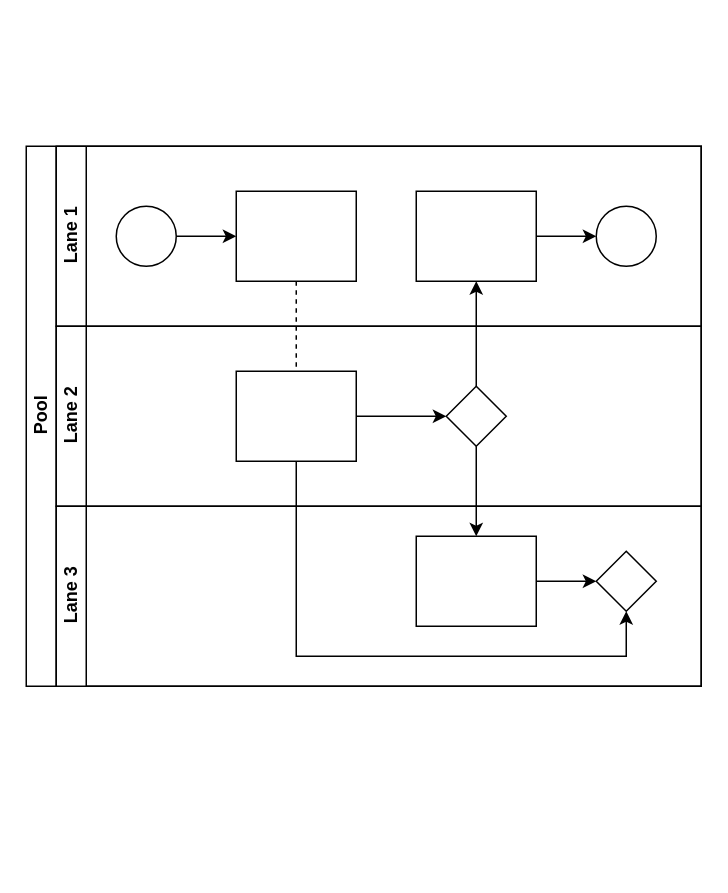
The draw.io diagram src/P2P.drawio in marlonmilesmg/maven-marlon, before the edit. Source tidied: cells renumbered, new cells numbered last; positions are measured from the earlier drawing's top-left corner, leaving out a move shared by most shapes. Both pictures are drawn from the tidied source at 150%, with x=0, y=0 at pixel (26, 146).
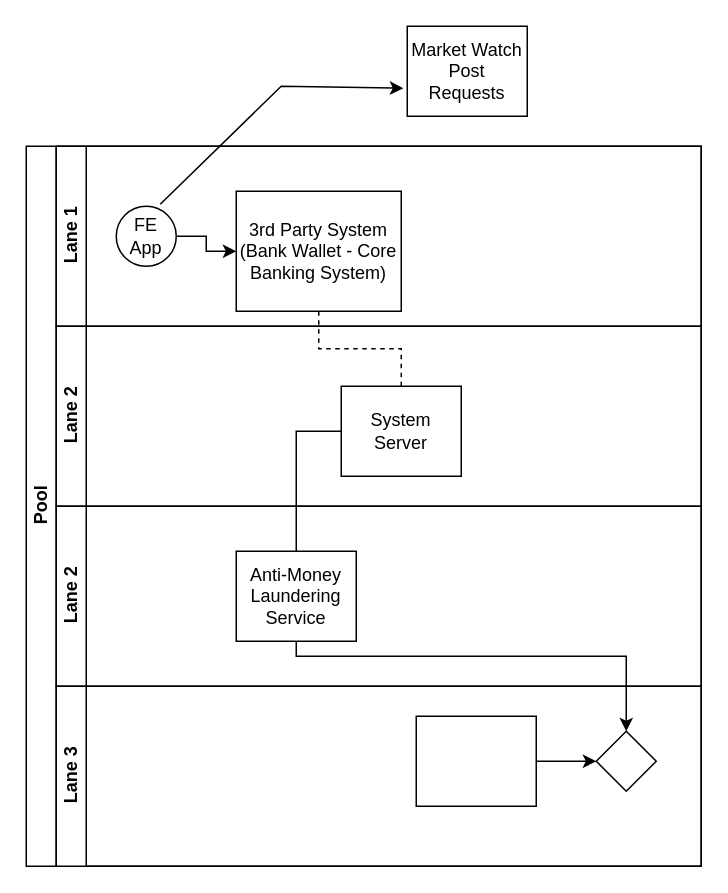
Above is the later version.

The change refers to these unchanged cells:
```xml
<mxCell id="7" value="Lane 1" style="swimlane;html=1;startSize=20;horizontal=0;" parent="2" vertex="1">
  <mxGeometry x="20" width="430" height="120" as="geometry" />
</mxCell>
<mxCell id="14" value="Lane 2" style="swimlane;html=1;startSize=20;horizontal=0;" parent="2" vertex="1">
  <mxGeometry x="20" y="120" width="430" height="120" as="geometry" />
</mxCell>
<mxCell id="20" style="rounded=0;whiteSpace=wrap;html=1;fontFamily=Helvetica;fontSize=12;fontColor=#000000;align=center;" parent="18" vertex="1">
  <mxGeometry x="240" y="20" width="80" height="60" as="geometry" />
</mxCell>
```

Diff of the diagram source:
```diff
@@
     <mxCell id="2" value="Pool" style="swimlane;html=1;horizontal=0;startSize=20;" parent="1" vertex="1">
-      <mxGeometry width="450" height="360" as="geometry" />
+      <mxGeometry width="450" height="480" as="geometry" />
     </mxCell>
@@
-    <mxCell id="4" style="edgeStyle=orthogonalEdgeStyle;rounded=0;jettySize=auto;html=1;endArrow=classic;endFill=1;" parent="2" edge="1" source="17" target="12">
-      <mxGeometry relative="1" as="geometry" />
-    </mxCell>
-    <mxCell id="5" style="edgeStyle=orthogonalEdgeStyle;rounded=0;jettySize=auto;html=1;endArrow=classic;endFill=1;" parent="2" edge="1" source="17" target="20">
-      <mxGeometry relative="1" as="geometry" />
-    </mxCell>
@@
-    <mxCell id="9" style="ellipse;whiteSpace=wrap;html=1;" parent="7" vertex="1">
+    <mxCell id="9" value="FE&lt;br&gt;App" style="ellipse;whiteSpace=wrap;html=1;" parent="7" vertex="1">
       <mxGeometry x="40" y="40" width="40" height="40" as="geometry" />
     </mxCell>
-    <mxCell id="10" style="rounded=0;whiteSpace=wrap;html=1;fontFamily=Helvetica;fontSize=12;fontColor=#000000;align=center;" parent="7" vertex="1">
-      <mxGeometry x="120" y="30" width="80" height="60" as="geometry" />
+    <mxCell id="10" value="3rd Party System (Bank Wallet - Core Banking System)" style="rounded=0;whiteSpace=wrap;html=1;fontFamily=Helvetica;fontSize=12;fontColor=#000000;align=center;" parent="7" vertex="1">
+      <mxGeometry x="120" y="30" width="110" height="80" as="geometry" />
     </mxCell>
-    <mxCell id="11" style="edgeStyle=orthogonalEdgeStyle;rounded=0;jettySize=auto;html=1;endArrow=classic;endFill=1;" parent="7" edge="1" source="12" target="13">
-      <mxGeometry relative="1" as="geometry" />
-    </mxCell>
-    <mxCell id="12" style="rounded=0;whiteSpace=wrap;html=1;fontFamily=Helvetica;fontSize=12;fontColor=#000000;align=center;" parent="7" vertex="1">
-      <mxGeometry x="240" y="30" width="80" height="60" as="geometry" />
-    </mxCell>
-    <mxCell id="13" style="ellipse;whiteSpace=wrap;html=1;" parent="7" vertex="1">
-      <mxGeometry x="360" y="40" width="40" height="40" as="geometry" />
-    </mxCell>
@@
-    <mxCell id="15" style="edgeStyle=orthogonalEdgeStyle;rounded=0;jettySize=auto;html=1;endArrow=classic;endFill=1;" parent="14" edge="1" source="16" target="17">
-      <mxGeometry relative="1" as="geometry" />
-    </mxCell>
-    <mxCell id="16" style="rounded=0;whiteSpace=wrap;html=1;fontFamily=Helvetica;fontSize=12;fontColor=#000000;align=center;" parent="14" vertex="1">
-      <mxGeometry x="120" y="30" width="80" height="60" as="geometry" />
+    <mxCell id="16" value="System Server" style="rounded=0;whiteSpace=wrap;html=1;fontFamily=Helvetica;fontSize=12;fontColor=#000000;align=center;" parent="14" vertex="1">
+      <mxGeometry x="190" y="40" width="80" height="60" as="geometry" />
     </mxCell>
-    <mxCell id="17" style="rhombus;whiteSpace=wrap;html=1;fontFamily=Helvetica;fontSize=12;fontColor=#000000;align=center;" parent="14" vertex="1">
-      <mxGeometry x="260" y="40" width="40" height="40" as="geometry" />
-    </mxCell>
+    <mxCell id="22" value="Lane 2" style="swimlane;html=1;startSize=20;horizontal=0;" parent="2" vertex="1">
+      <mxGeometry x="20" y="240" width="430" height="120" as="geometry" />
+    </mxCell>
+    <mxCell id="23" value="Anti-Money Laundering Service" style="rounded=0;whiteSpace=wrap;html=1;fontFamily=Helvetica;fontSize=12;fontColor=#000000;align=center;" parent="22" vertex="1">
+      <mxGeometry x="120" y="30" width="80" height="60" as="geometry" />
+    </mxCell>
     <mxCell id="18" value="Lane 3" style="swimlane;html=1;startSize=20;horizontal=0;" parent="2" vertex="1">
-      <mxGeometry x="20" y="240" width="430" height="120" as="geometry" />
+      <mxGeometry x="20" y="360" width="430" height="120" as="geometry" />
     </mxCell>
@@
+    <mxCell id="12" value="Market Watch&lt;br&gt;Post Requests" style="rounded=0;whiteSpace=wrap;html=1;fontFamily=Helvetica;fontSize=12;fontColor=#000000;align=center;" parent="1" vertex="1">
+      <mxGeometry x="254" y="-80" width="80" height="60" as="geometry" />
+    </mxCell>
+    <mxCell id="24" style="endArrow=classic;html=1;rounded=0;exitX=0.733;exitY=-0.033;exitDx=0;exitDy=0;exitPerimeter=0;entryX=-0.033;entryY=0.689;entryDx=0;entryDy=0;entryPerimeter=0;" parent="1" edge="1" source="9" target="12">
+      <mxGeometry relative="1" as="geometry">
+        <Array as="points">
+          <mxPoint x="170" y="-40" />
+        </Array>
+      </mxGeometry>
+    </mxCell>
```
